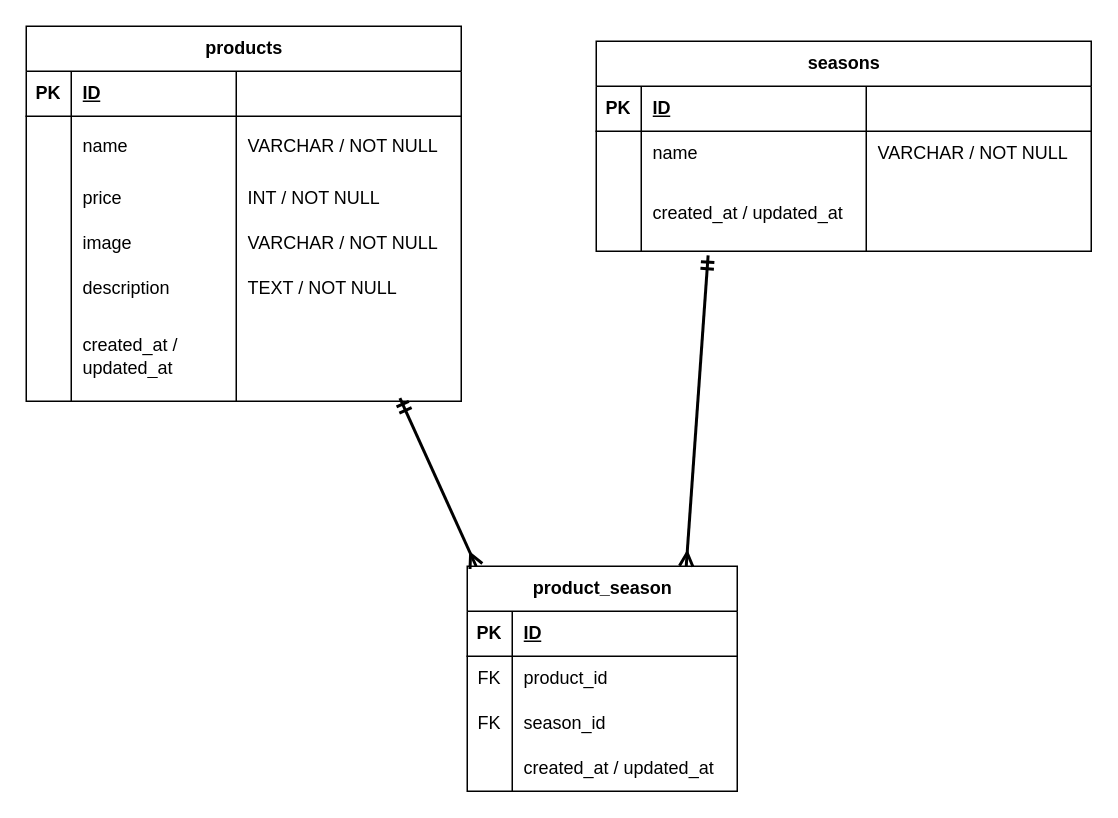
This is mogitate.drawio from kenji-kobayashi15/mogitate, a draw.io file, before an edit. Source tidied: cells renumbered, new cells numbered last; positions are measured from the earlier drawing's top-left corner, leaving out a move shared by most shapes. Both pictures are drawn from the tidied source at 150%, with x=0, y=0 at pixel (26, 26).
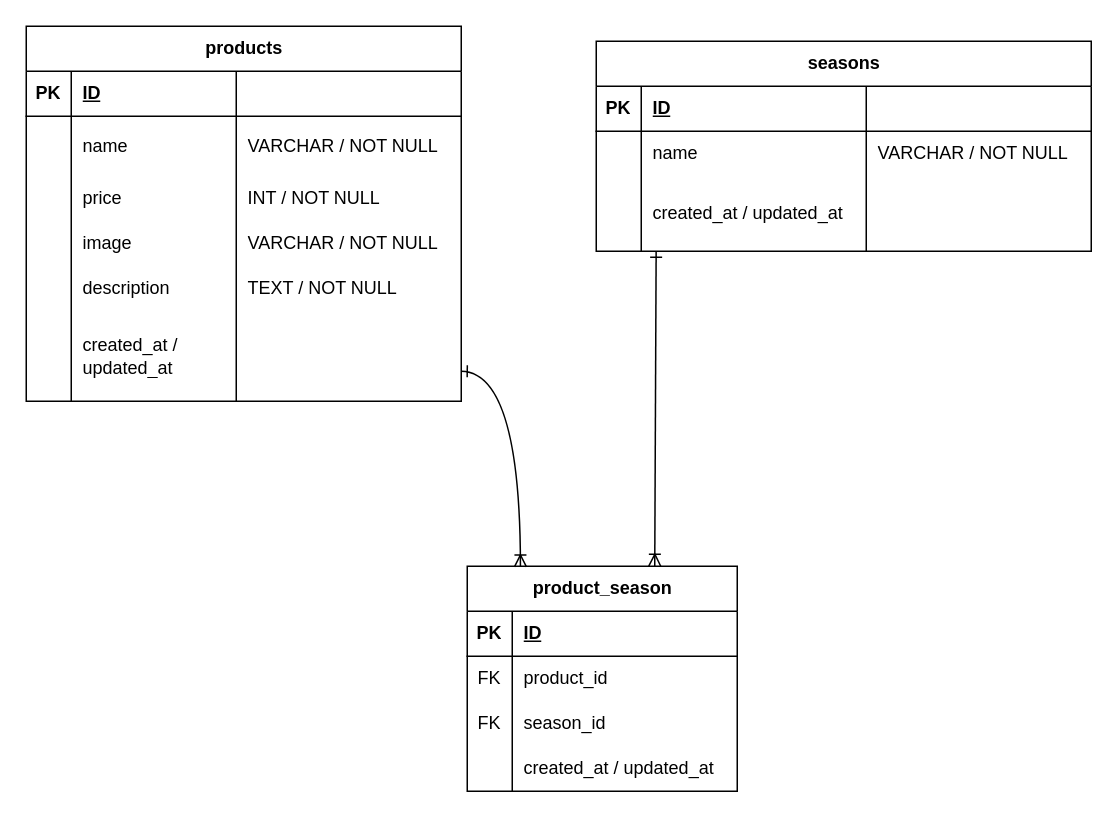
The same page after the edit.

The change refers to these unchanged cells:
```xml
<mxCell id="11" style="shape=tableRow;horizontal=0;startSize=0;swimlaneHead=0;swimlaneBody=0;fillColor=none;points=[[0,0.5],[1,0.5]];portConstraint=eastwest;top=0;left=0;right=0;bottom=0;" parent="2" vertex="1">
  <mxGeometry y="90" width="330" height="50" as="geometry" />
</mxCell>
<mxCell id="36" style="shape=tableRow;horizontal=0;startSize=0;swimlaneHead=0;swimlaneBody=0;fillColor=none;points=[[0,0.5],[1,0.5]];portConstraint=eastwest;top=0;left=0;right=0;bottom=0;" parent="15" vertex="1">
  <mxGeometry y="190" width="290" height="60" as="geometry" />
</mxCell>
<mxCell id="40" value="product_season" style="shape=table;startSize=30;childLayout=tableLayout;rowLines=0;fontStyle=1;align=center;html=1;" parent="1" vertex="1">
  <mxGeometry x="294" y="360" width="180" height="150" as="geometry" />
</mxCell>
```

What changed in the source:
```diff
@@
-    <mxCell id="53" style="endArrow=ERmany;html=1;rounded=0;curved=1;startArrow=ERmandOne;startFill=0;endFill=0;entryX=0.033;entryY=0;entryDx=0;entryDy=0;entryPerimeter=0;exitX=0.859;exitY=0.964;exitDx=0;exitDy=0;exitPerimeter=0;strokeWidth=2;" parent="1" edge="1" source="36" target="40">
-      <mxGeometry relative="1" as="geometry" />
+    <mxCell id="53" style="endArrow=ERoneToMany;html=1;rounded=0;startArrow=ERone;startFill=0;endFill=0;strokeWidth=1;elbow=vertical;edgeStyle=orthogonalEdgeStyle;curved=1;entryX=0.197;entryY=0.003;entryDx=0;entryDy=0;entryPerimeter=0;" parent="1" edge="1" target="40">
+      <mxGeometry relative="1" as="geometry">
+        <mxPoint x="290" y="230" as="sourcePoint" />
+      </mxGeometry>
     </mxCell>
-    <mxCell id="54" style="endArrow=ERmany;html=1;rounded=0;curved=1;startArrow=ERmandOne;startFill=0;endFill=0;entryX=0.811;entryY=0;entryDx=0;entryDy=0;entryPerimeter=0;exitX=0.226;exitY=1.055;exitDx=0;exitDy=0;exitPerimeter=0;strokeWidth=2;" parent="1" edge="1" source="11" target="40">
-      <mxGeometry relative="1" as="geometry" />
-    </mxCell>
+    <mxCell id="55" style="endArrow=ERoneToMany;html=1;rounded=0;startArrow=ERone;startFill=0;endFill=0;strokeWidth=1;elbow=vertical;edgeStyle=orthogonalEdgeStyle;curved=1;entryX=0.197;entryY=0.003;entryDx=0;entryDy=0;entryPerimeter=0;exitX=0.121;exitY=1;exitDx=0;exitDy=0;exitPerimeter=0;" parent="1" edge="1" source="11">
+      <mxGeometry relative="1" as="geometry">
+        <mxPoint x="419" y="360" as="targetPoint" />
+      </mxGeometry>
+    </mxCell>
```
